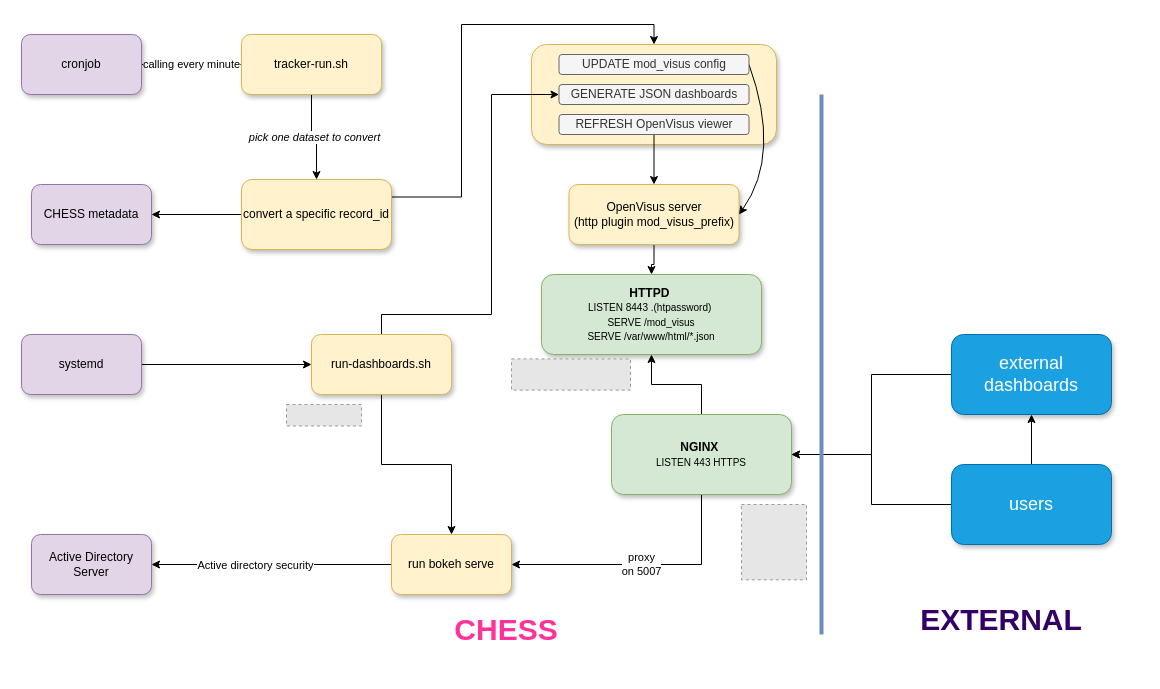
Before: examples/chess/chess-diagram.drawio in sci-visus/openvisuspy, a draw.io diagram. Source tidied: cells renumbered, new cells numbered last; positions are measured from the earlier drawing's top-left corner, leaving out a move shared by most shapes. Both pictures are drawn from the tidied source at 100%, with x=0, y=0 at pixel (21, 34). Pictures stored in the file or linked from it are replaced by grey dashed boxes.
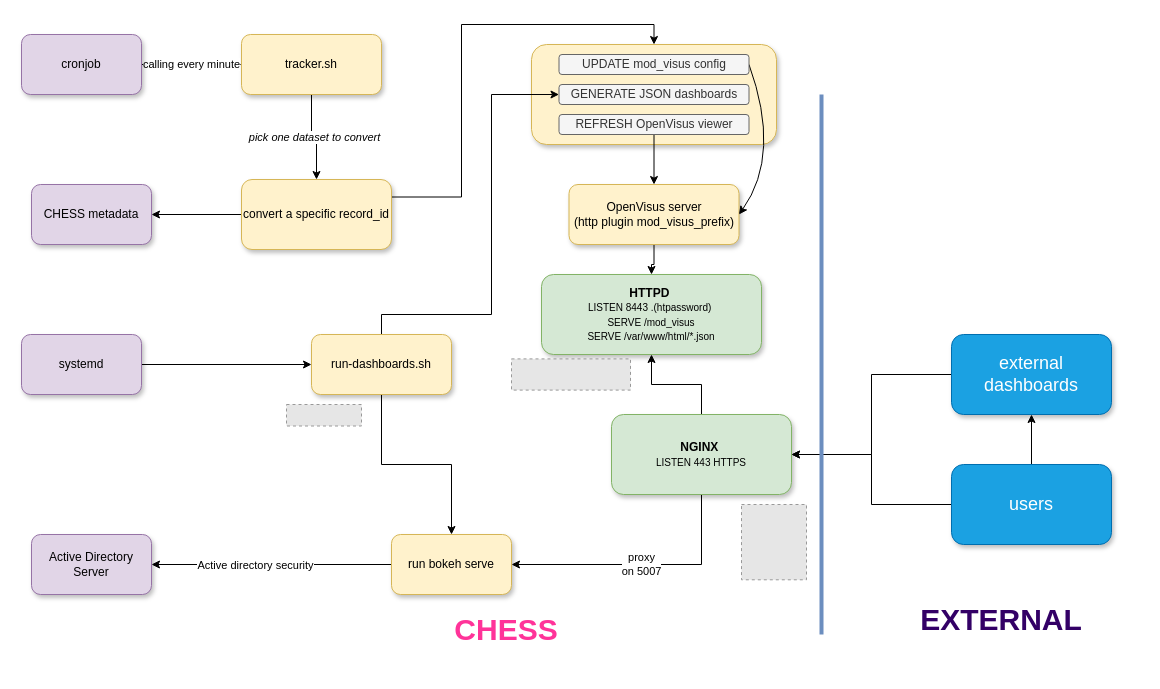
The same diagram, later.

What changed in the source:
```diff
@@
-    <mxCell id="3" value="&lt;span style=&quot;font-size: 12px;&quot;&gt;&lt;font style=&quot;font-size: 12px;&quot;&gt;tracker-run.sh&lt;/font&gt;&lt;/span&gt;" style="rounded=1;whiteSpace=wrap;html=1;fillColor=#fff2cc;strokeColor=#d6b656;shadow=1;fontStyle=0;fontSize=12;" parent="1" vertex="1">
+    <mxCell id="3" value="tracker.sh" style="rounded=1;whiteSpace=wrap;html=1;fillColor=#fff2cc;strokeColor=#d6b656;shadow=1;fontStyle=0;fontSize=12;" parent="1" vertex="1">
       <mxGeometry x="220" width="140" height="60" as="geometry" />
     </mxCell>
```
